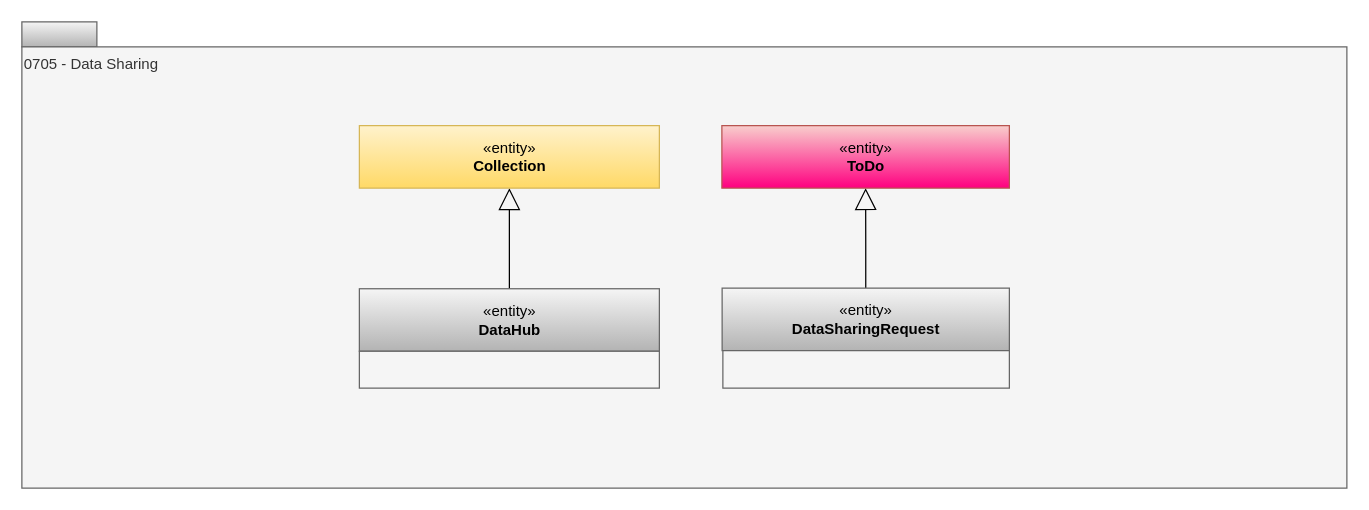
Above: page "0705-Data-Sharing" (2 of 20) of site/docs/types/7/area-7-lineage.drawio in odpi/egeria-docs (draw.io), before the change. Source tidied: cells renumbered, new cells numbered last; positions are measured from the earlier drawing's top-left corner, leaving out a move shared by most shapes. Both pictures are drawn from the tidied source at 125%, with x=0, y=0 at pixel (21, 21).
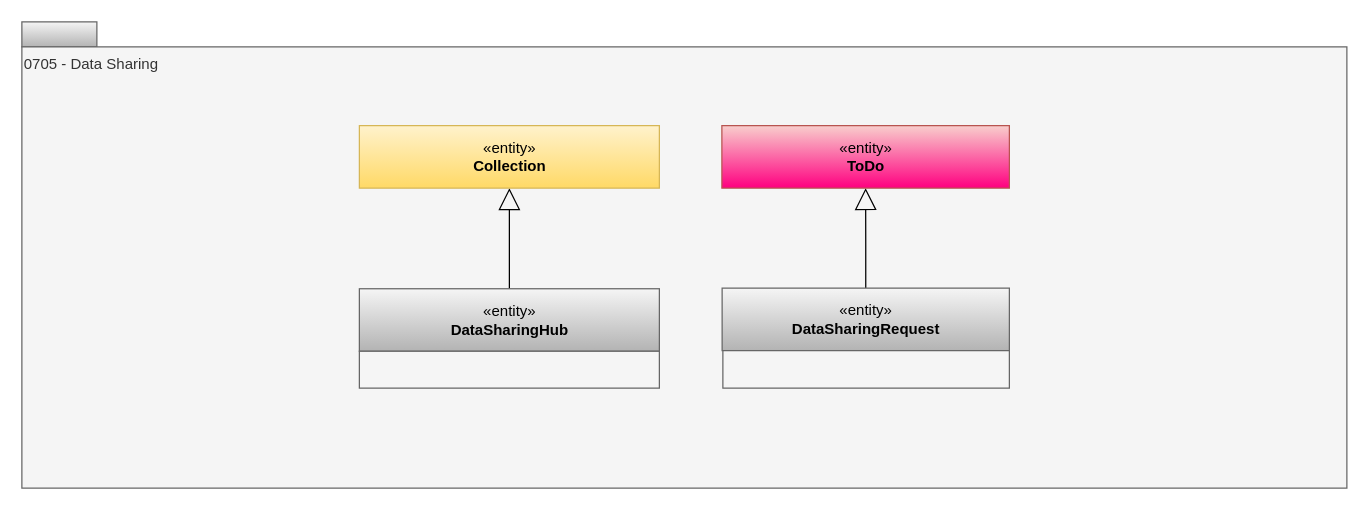
The same page after the edit.

Change to the diagram source:
```diff
@@
 <mxGraphModel>
   <root>
     <mxCell id="0" />
     <mxCell id="1" parent="0" />
     <mxCell id="2" style="rounded=0;whiteSpace=wrap;html=1;align=left;fillColor=#f5f5f5;strokeColor=#666666;gradientColor=#b3b3b3;" parent="1" vertex="1">
       <mxGeometry width="60" height="20" as="geometry" />
     </mxCell>
     <mxCell id="3" value="0705 - Data Sharing" style="rounded=0;whiteSpace=wrap;html=1;align=left;verticalAlign=top;fillColor=#f5f5f5;fontColor=#333333;strokeColor=#666666;" parent="1" vertex="1">
       <mxGeometry y="20" width="1060" height="353" as="geometry" />
     </mxCell>
     <mxCell id="4" style="edgeStyle=orthogonalEdgeStyle;rounded=0;jettySize=auto;html=1;exitX=0.5;exitY=0;exitDx=0;exitDy=0;endArrow=block;endFill=0;endSize=15;" parent="1" edge="1" source="5" target="7">
       <mxGeometry relative="1" as="geometry" />
     </mxCell>
-    <mxCell id="5" value="«entity»&lt;br&gt;&lt;b&gt;DataHub&lt;br&gt;&lt;/b&gt;" style="html=1;strokeColor=#666666;align=center;fillColor=#f5f5f5;gradientColor=#b3b3b3;" parent="1" vertex="1">
+    <mxCell id="5" value="«entity»&lt;br&gt;&lt;b&gt;DataSharingHub&lt;br&gt;&lt;/b&gt;" style="html=1;strokeColor=#666666;align=center;fillColor=#f5f5f5;gradientColor=#b3b3b3;" parent="1" vertex="1">
       <mxGeometry x="270" y="213.5" width="240" height="50" as="geometry" />
     </mxCell>
     <mxCell id="6" value="&lt;div&gt;&lt;div&gt;&lt;br&gt;&lt;/div&gt;&lt;div style=&quot;text-align: left&quot;&gt;&lt;/div&gt;&lt;/div&gt;" style="rounded=0;whiteSpace=wrap;html=1;strokeColor=#666666;align=left;perimeterSpacing=1;fillColor=#f5f5f5;fontColor=#333333;" parent="1" vertex="1">
       <mxGeometry x="270" y="263.5" width="240" height="29.5" as="geometry" />
     </mxCell>
     <mxCell id="7" value="«entity»&lt;br&gt;&lt;b&gt;Collection&lt;/b&gt;" style="html=1;strokeColor=#d6b656;align=center;fillColor=#fff2cc;gradientColor=#ffd966;" parent="1" vertex="1">
       <mxGeometry x="270" y="83" width="240" height="50" as="geometry" />
     </mxCell>
     <mxCell id="8" style="edgeStyle=orthogonalEdgeStyle;rounded=0;jettySize=auto;html=1;exitX=0.5;exitY=0;exitDx=0;exitDy=0;endArrow=block;endFill=0;endSize=15;strokeWidth=1;" parent="1" edge="1" source="9" target="11">
       <mxGeometry relative="1" as="geometry" />
     </mxCell>
     <mxCell id="9" value="«entity»&lt;br&gt;&lt;b&gt;DataSharingRequest&lt;/b&gt;" style="html=1;strokeColor=#666666;align=center;fillColor=#f5f5f5;gradientColor=#b3b3b3;" parent="1" vertex="1">
       <mxGeometry x="560.2" y="213" width="229.8" height="50" as="geometry" />
     </mxCell>
     <mxCell id="10" style="rounded=0;whiteSpace=wrap;html=1;strokeColor=#666666;align=left;fillColor=#f5f5f5;fontColor=#333333;" parent="1" vertex="1">
       <mxGeometry x="560.8" y="263" width="229.2" height="30" as="geometry" />
     </mxCell>
     <mxCell id="11" value="«entity»&lt;br&gt;&lt;b&gt;ToDo&lt;/b&gt;" style="html=1;strokeColor=#b85450;align=center;fillColor=#f8cecc;gradientColor=#FF0080;" parent="1" vertex="1">
       <mxGeometry x="560" y="83" width="230" height="50" as="geometry" />
     </mxCell>
   </root>
 </mxGraphModel>
```
